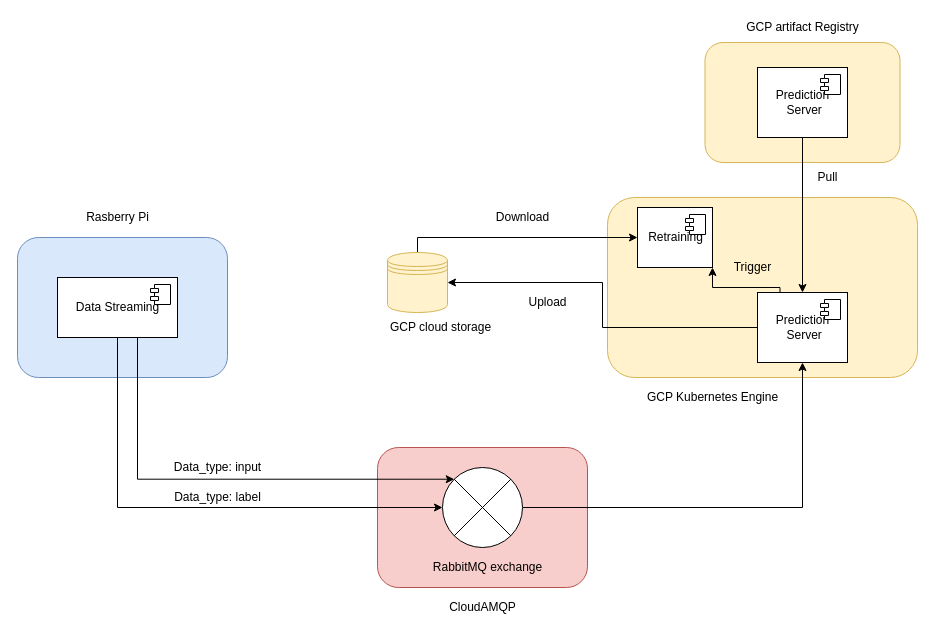
Earlier version of the draw.io diagram MLService/figures/Current_version.drawio (linhnguyen222/Continuous_Training_Testing). Source tidied: cells renumbered, new cells numbered last; positions are measured from the earlier drawing's top-left corner, leaving out a move shared by most shapes. Both pictures are drawn from the tidied source at 100%, with x=0, y=0 at pixel (17, 17).
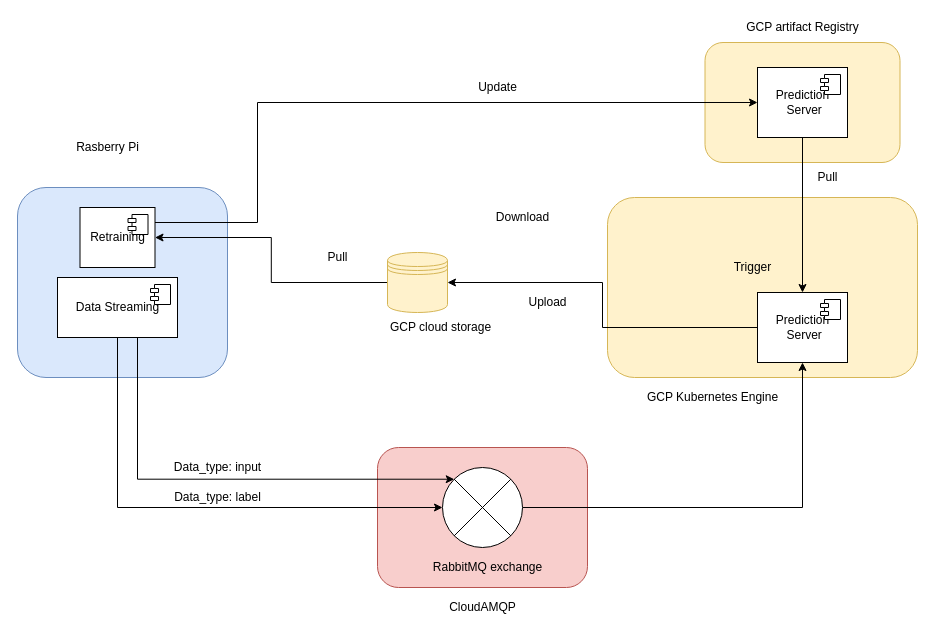
The same page after the edit.

The change refers to these unchanged cells:
```xml
<mxCell id="18" value="Prediction &lt;br&gt;&amp;nbsp;Server" style="html=1;" parent="1" vertex="1">
  <mxGeometry x="740" y="275" width="90" height="70" as="geometry" />
</mxCell>
<mxCell id="24" value="Prediction &lt;br&gt;&amp;nbsp;Server" style="html=1;" parent="1" vertex="1">
  <mxGeometry x="740" y="50" width="90" height="70" as="geometry" />
</mxCell>
<mxCell id="30" style="shape=datastore;whiteSpace=wrap;html=1;fillColor=#fff2cc;strokeColor=#d6b656;" parent="1" vertex="1">
  <mxGeometry x="370" y="235" width="60" height="60" as="geometry" />
</mxCell>
```

Change to the diagram source:
```diff
@@
     <mxCell id="2" style="rounded=1;whiteSpace=wrap;html=1;fillColor=#dae8fc;strokeColor=#6c8ebf;" parent="1" vertex="1">
-      <mxGeometry y="220" width="210" height="140" as="geometry" />
+      <mxGeometry y="170" width="210" height="190" as="geometry" />
     </mxCell>
@@
     <mxCell id="15" value="Rasberry Pi" style="text;html=1;align=center;verticalAlign=middle;strokeColor=none;fillColor=none;" parent="1" vertex="1">
-      <mxGeometry x="60" y="190" width="80" height="20" as="geometry" />
+      <mxGeometry x="50" y="120" width="80" height="20" as="geometry" />
     </mxCell>
@@
-    <mxCell id="17" style="edgeStyle=orthogonalEdgeStyle;rounded=0;jettySize=auto;html=1;exitX=0.25;exitY=0;exitDx=0;exitDy=0;entryX=1;entryY=1;entryDx=0;entryDy=0;" parent="1" edge="1" source="18" target="20">
-      <mxGeometry relative="1" as="geometry">
-        <Array as="points">
-          <mxPoint x="763" y="270" />
-          <mxPoint x="695" y="270" />
-        </Array>
-      </mxGeometry>
-    </mxCell>
@@
     <mxCell id="20" value="Retraining" style="html=1;" parent="1" vertex="1">
-      <mxGeometry x="620" y="190" width="75" height="60" as="geometry" />
+      <mxGeometry x="62.5" y="190" width="75" height="60" as="geometry" />
     </mxCell>
@@
+    <mxCell id="35" style="edgeStyle=orthogonalEdgeStyle;rounded=0;jettySize=auto;html=1;entryX=0;entryY=0.5;entryDx=0;entryDy=0;exitX=1;exitY=0.25;exitDx=0;exitDy=0;" parent="1" edge="1" source="20" target="24">
+      <mxGeometry relative="1" as="geometry">
+        <Array as="points">
+          <mxPoint x="240" y="205" />
+          <mxPoint x="240" y="85" />
+        </Array>
+      </mxGeometry>
+    </mxCell>
@@
-    <mxCell id="29" style="edgeStyle=orthogonalEdgeStyle;rounded=0;jettySize=auto;html=1;exitX=0.5;exitY=0;exitDx=0;exitDy=0;entryX=0;entryY=0.5;entryDx=0;entryDy=0;" parent="1" edge="1" source="30" target="20">
-      <mxGeometry relative="1" as="geometry">
-        <Array as="points">
-          <mxPoint x="400" y="220" />
-        </Array>
-      </mxGeometry>
+    <mxCell id="29" style="edgeStyle=orthogonalEdgeStyle;rounded=0;jettySize=auto;html=1;exitX=0;exitY=0.5;exitDx=0;exitDy=0;" parent="1" edge="1" source="30" target="20">
+      <mxGeometry relative="1" as="geometry" />
     </mxCell>
@@
+    <mxCell id="36" value="Update" style="text;html=1;align=center;verticalAlign=middle;strokeColor=none;fillColor=none;" parent="1" vertex="1">
+      <mxGeometry x="455" y="60" width="50" height="20" as="geometry" />
+    </mxCell>
+    <mxCell id="37" value="Pull" style="text;html=1;align=center;verticalAlign=middle;strokeColor=none;fillColor=none;" parent="1" vertex="1">
+      <mxGeometry x="300" y="230" width="40" height="20" as="geometry" />
+    </mxCell>
```
